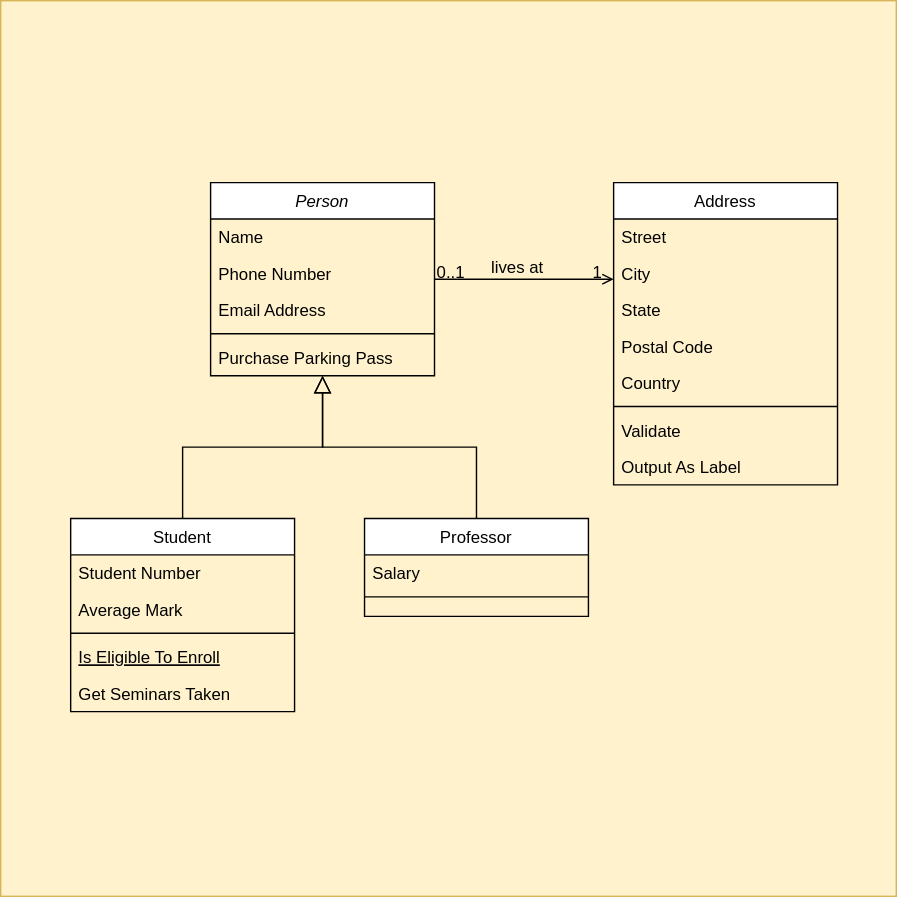
min-swep-r/kodes keeps this draw.io diagram as Diagrama.drawio.svg. Above is the earlier version. Source tidied: cells renumbered, new cells last; positions are measured from the earlier drawing's top-left corner, leaving out a move shared by most shapes.
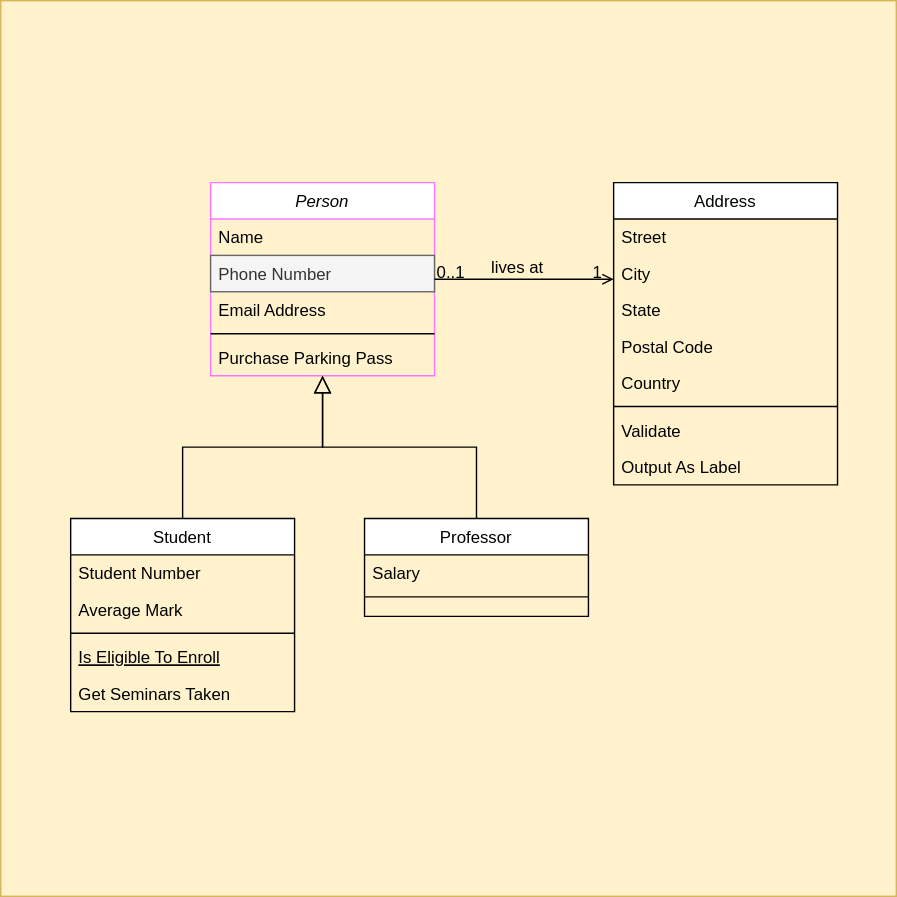
After the commit.

The edit, as a diff of the source:
```diff
@@ -5,13 +5,13 @@
     <mxCell id="2" style="whiteSpace=wrap;html=1;fillColor=#fff2cc;strokeColor=#d6b656;" parent="1" vertex="1">
       <mxGeometry width="640" height="640" as="geometry" />
     </mxCell>
-    <mxCell id="3" value="Person" style="swimlane;fontStyle=2;align=center;verticalAlign=top;horizontal=1;startSize=26;rounded=0;shadow=0;strokeWidth=1;" parent="1" vertex="1">
+    <mxCell id="3" value="Person" style="swimlane;fontStyle=2;align=center;verticalAlign=top;horizontal=1;startSize=26;rounded=0;shadow=0;strokeWidth=1;strokeColor=#FF78FF;" parent="1" vertex="1">
       <mxGeometry x="150" y="130" width="160" height="138" as="geometry" />
     </mxCell>
     <mxCell id="4" value="Name" style="text;align=left;verticalAlign=top;spacingLeft=4;spacingRight=4;overflow=hidden;" parent="3" vertex="1">
       <mxGeometry y="26" width="160" height="26" as="geometry" />
     </mxCell>
-    <mxCell id="5" value="Phone Number" style="text;align=left;verticalAlign=top;spacingLeft=4;spacingRight=4;overflow=hidden;rounded=0;shadow=0;html=0;" parent="3" vertex="1">
+    <mxCell id="5" value="Phone Number" style="text;align=left;verticalAlign=top;spacingLeft=4;spacingRight=4;overflow=hidden;rounded=0;shadow=0;html=0;fillColor=#f5f5f5;fontColor=#333333;strokeColor=#666666;" parent="3" vertex="1">
       <mxGeometry y="52" width="160" height="26" as="geometry" />
     </mxCell>
     <mxCell id="6" value="Email Address" style="text;align=left;verticalAlign=top;spacingLeft=4;spacingRight=4;overflow=hidden;rounded=0;shadow=0;html=0;" parent="3" vertex="1">
```
